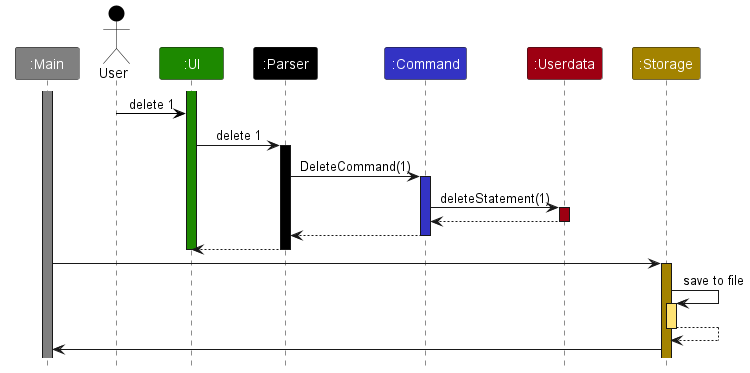
The PlantUML diagram docs/images/ArchitectureSequence.png in nus-cs2113-AY2223S2/tp, before a commit.
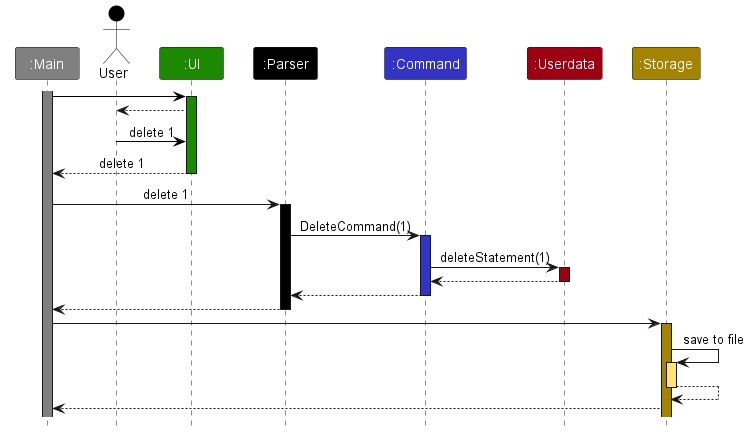
The same file after the commit.

The edit, as a diff of the source:
```diff
@@ -10,11 +10,14 @@
 Participant ":Storage" as storage STORAGE_COLOR
 
 activate main #grey
+main -[USER_COLOR]> ui
+activate ui UI_COLOR
+ui --> user
+user -[USER_COLOR]> ui : delete 1
+ui --> main : delete 1
+deactivate ui
 
-activate ui UI_COLOR
-user -[USER_COLOR]> ui : delete 1
-
-ui -> parser : delete 1
+main -> parser : delete 1
 activate parser #black
 
 parser -> command :DeleteCommand(1)
@@ -26,7 +29,7 @@
 deactivate userdata
 command --> parser
 deactivate command
-parser --> ui
+parser --> main
 deactivate parser
 deactivate ui
 
@@ -36,6 +39,6 @@
 activate storage STORAGE_COLOR_T1
 storage --> storage
 deactivate storage
-storage -> main
+storage --> main
 
 @enduml
```
